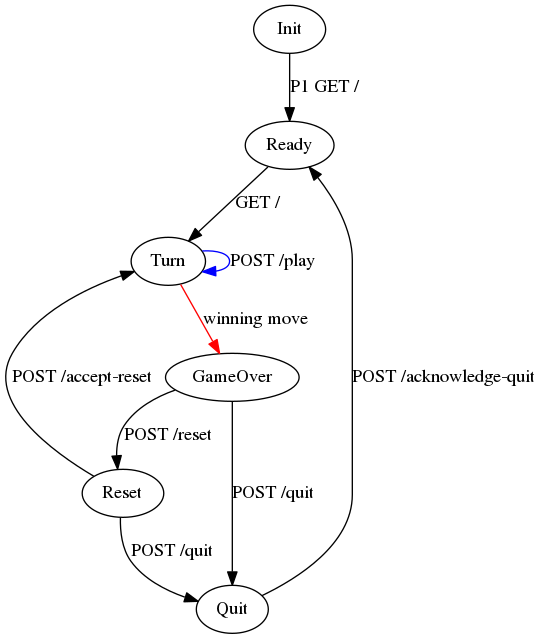
lj-ditrapani/tic-tac-toe keeps this Graphviz diagram as doc/finite-state-machine.png. Above is the earlier version. Its source is kept beside it as doc/finite-state-machine.dot.
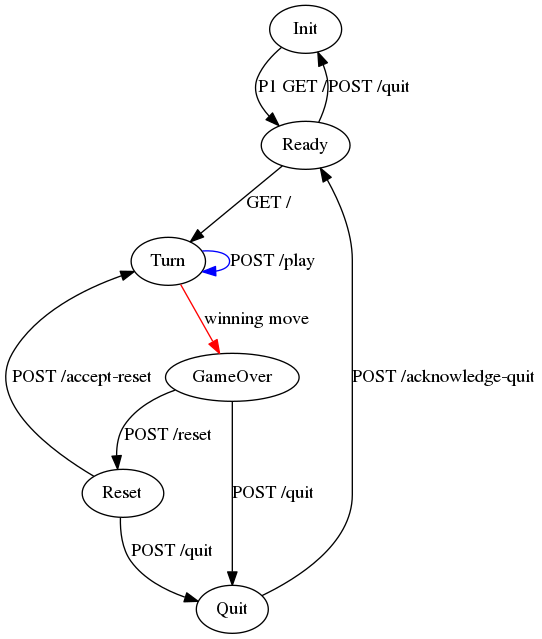
Above is the later version.

The edit, as a diff of the source:
```diff
@@ -1,6 +1,7 @@
 digraph {
 Init -> Ready[label="P1 GET /"];
 Ready -> Turn[label="GET /"];
+Ready -> Init[label="POST /quit"];
 Turn -> Turn[label="POST /play", color="blue"];
 Turn -> GameOver[label="winning move", color="red"];
 GameOver -> Reset[label="POST /reset"];
```
